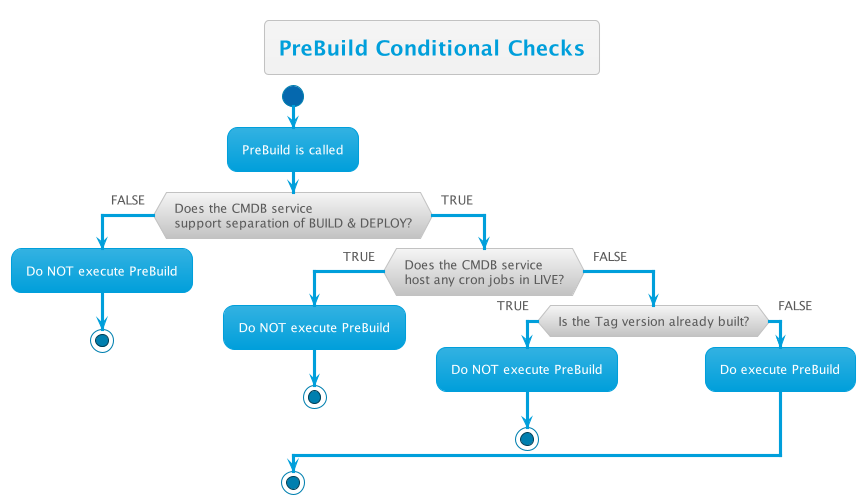
Earlier version of the PlantUML export out/PreBuildFlow/ConditionsCheck/ConditionsCheck.png (thetomitomo/diagrams). Source of this version:
```plantuml
@startuml
!theme bluegray
skinparam FooterFontColor black

title PreBuild Conditional Checks

start

:PreBuild is called;

if (Does the CMDB service\nsupport separation of BUILD & DEPLOY?) then (FALSE)
    :Do NOT execute PreBuild;
    stop
else (TRUE)
    if (Does the CMDB service\nhost any cron jobs in LIVE?) then (TRUE)
        :Do NOT execute PreBuild;
        stop
    else (FALSE)
        if (Is the Tag version already built?) then (TRUE)
            :Do NOT execute PreBuild;
            stop
        else (FALSE)
            :Do execute PreBuild;
        endif
    endif
endif

stop


@enduml
```
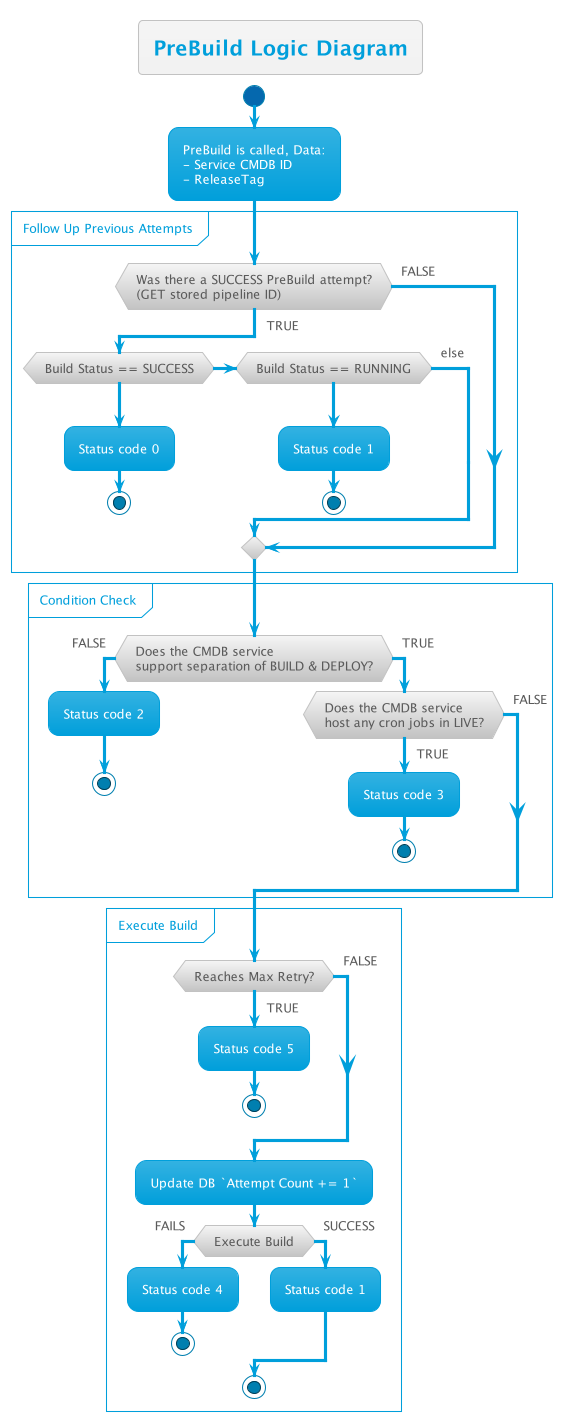
Later version of the same file.

Commit message:
prebuild diagrams

Change to the diagram source:
```diff
@@ -2,30 +2,55 @@
 !theme bluegray
 skinparam FooterFontColor black
 
-title PreBuild Conditional Checks
+title PreBuild Logic Diagram
 
 start
 
-:PreBuild is called;
+:PreBuild is called, Data:\n- Service CMDB ID\n- ReleaseTag;
 
-if (Does the CMDB service\nsupport separation of BUILD & DEPLOY?) then (FALSE)
-    :Do NOT execute PreBuild;
-    stop
-else (TRUE)
-    if (Does the CMDB service\nhost any cron jobs in LIVE?) then (TRUE)
-        :Do NOT execute PreBuild;
+group Follow Up Previous Attempts
+    if (Was there a SUCCESS PreBuild attempt?\n(GET stored pipeline ID)) then (TRUE)
+        if (Build Status == SUCCESS) then ( )
+            :Status code 0;
+            stop
+        elseif (Build Status == RUNNING) then ( )
+            :Status code 1;
+            stop
+        else (else)
+        endif
+    else (FALSE)
+    endif
+end group
+
+group Condition Check
+    if (Does the CMDB service\nsupport separation of BUILD & DEPLOY?) then (FALSE)
+        :Status code 2;
+        stop
+    else (TRUE)
+        if (Does the CMDB service\nhost any cron jobs in LIVE?) then (TRUE)
+            :Status code 3;
+            stop
+        else (FALSE)
+        endif
+    endif
+end group
+
+group Execute Build
+    if (Reaches Max Retry?) then (TRUE)
+        :Status code 5;
         stop
     else (FALSE)
-        if (Is the Tag version already built?) then (TRUE)
-            :Do NOT execute PreBuild;
-            stop
-        else (FALSE)
-            :Do execute PreBuild;
-        endif
     endif
-endif
 
+    :Update DB `Attempt Count += 1`;
+    if (Execute Build) then (FAILS)
+        :Status code 4;
+        stop
+    else (SUCCESS)
+        :Status code 1;
+    endif
 stop
+end group
 
 
 @enduml
```
